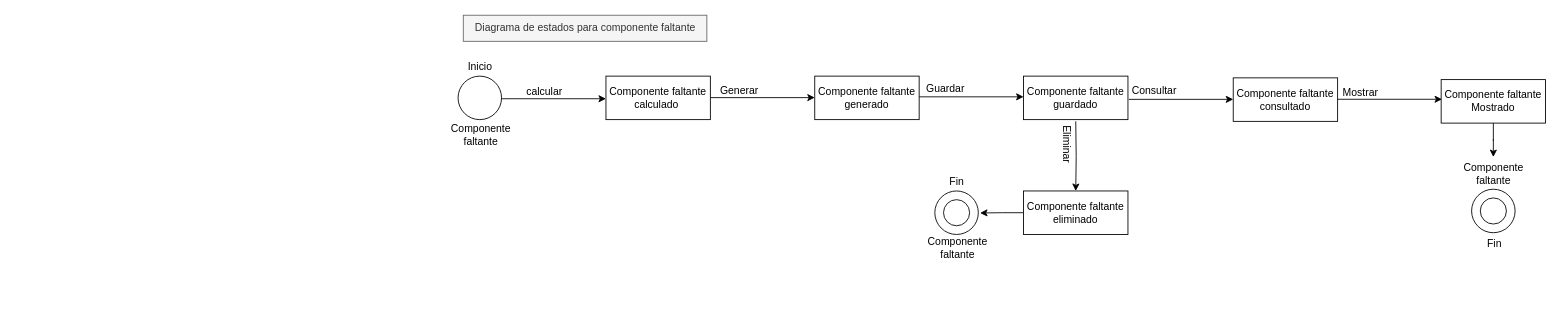
Above: proyecto de clase cropscan/Diagrama de estados.drawio in 1193090526alexander/IngenieriaDeSotwareII (draw.io), before the change. Source tidied: cells renumbered, new cells numbered last; positions are measured from the earlier drawing's top-left corner, leaving out a move shared by most shapes. Both pictures are drawn from the tidied source at 87%, with x=0, y=0 at pixel (441, 15).
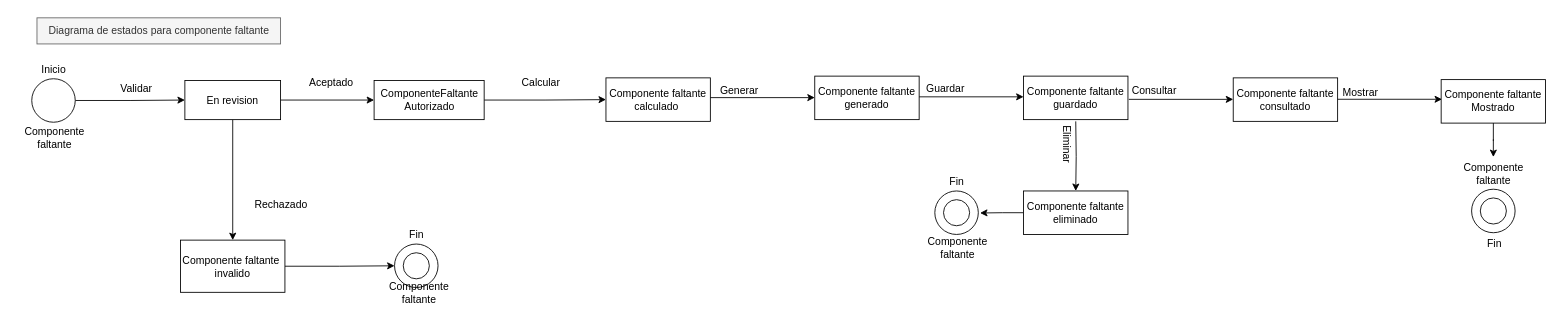
After the change.

Diff of the diagram source:
```diff
@@
+    <mxCell id="34" style="edgeStyle=orthogonalEdgeStyle;rounded=0;jettySize=auto;html=1;exitX=1;exitY=0.5;exitDx=0;exitDy=0;entryX=0;entryY=0.5;entryDx=0;entryDy=0;" parent="1" edge="1" source="2" target="37">
+      <mxGeometry relative="1" as="geometry" />
+    </mxCell>
     <mxCell id="2" style="ellipse;whiteSpace=wrap;html=1;" parent="1" vertex="1">
-      <mxGeometry x="19" y="70" width="50" height="50" as="geometry" />
+      <mxGeometry x="-471" y="73" width="50" height="50" as="geometry" />
     </mxCell>
     <mxCell id="3" value="Componente faltante calculado&amp;nbsp;" style="rounded=0;whiteSpace=wrap;html=1;" parent="1" vertex="1">
-      <mxGeometry x="189" y="70" width="120" height="50" as="geometry" />
+      <mxGeometry x="189" y="72" width="120" height="50" as="geometry" />
     </mxCell>
-    <mxCell id="4" style="endArrow=classic;html=1;rounded=0;" parent="1" edge="1">
-      <mxGeometry relative="1" as="geometry">
-        <mxPoint x="69" y="96" as="sourcePoint" />
-        <mxPoint x="189" y="96" as="targetPoint" />
-      </mxGeometry>
-    </mxCell>
-    <mxCell id="5" value="calcular" style="text;html=1;align=center;verticalAlign=middle;strokeColor=none;fillColor=none;" parent="1" vertex="1">
-      <mxGeometry x="88" y="73" width="60" height="30" as="geometry" />
-    </mxCell>
@@
     <mxCell id="26" value="Diagrama de estados para componente faltante" style="text;html=1;align=center;verticalAlign=middle;strokeColor=#666666;fillColor=#f5f5f5;fontColor=#333333;" parent="1" vertex="1">
-      <mxGeometry x="25" width="280" height="30" as="geometry" />
+      <mxGeometry x="-465" y="3" width="280" height="30" as="geometry" />
     </mxCell>
     <mxCell id="27" value="Inicio" style="text;html=1;align=center;verticalAlign=middle;strokeColor=none;fillColor=none;" parent="1" vertex="1">
-      <mxGeometry x="19" y="45" width="50" height="30" as="geometry" />
+      <mxGeometry x="-471" y="48" width="50" height="30" as="geometry" />
     </mxCell>
     <mxCell id="28" value="Componente&lt;br&gt;faltante" style="text;html=1;align=center;verticalAlign=middle;strokeColor=none;fillColor=none;" parent="1" vertex="1">
-      <mxGeometry y="118" width="90" height="40" as="geometry" />
+      <mxGeometry x="-490" y="121" width="90" height="40" as="geometry" />
     </mxCell>
@@
+    <mxCell id="35" style="edgeStyle=orthogonalEdgeStyle;rounded=0;jettySize=auto;html=1;exitX=0.5;exitY=1;exitDx=0;exitDy=0;entryX=0.5;entryY=0;entryDx=0;entryDy=0;" parent="1" edge="1" source="37" target="40">
+      <mxGeometry relative="1" as="geometry" />
+    </mxCell>
+    <mxCell id="36" style="edgeStyle=orthogonalEdgeStyle;rounded=0;jettySize=auto;html=1;exitX=1;exitY=0.5;exitDx=0;exitDy=0;entryX=0;entryY=0.5;entryDx=0;entryDy=0;" parent="1" edge="1" source="37" target="48">
+      <mxGeometry relative="1" as="geometry" />
+    </mxCell>
+    <mxCell id="37" value="En revision" style="whiteSpace=wrap;html=1;" parent="1" vertex="1">
+      <mxGeometry x="-295" y="75" width="110" height="45" as="geometry" />
+    </mxCell>
+    <mxCell id="38" value="Validar" style="text;html=1;align=center;verticalAlign=middle;strokeColor=none;fillColor=none;" parent="1" vertex="1">
+      <mxGeometry x="-381" y="70" width="60" height="30" as="geometry" />
+    </mxCell>
+    <mxCell id="39" style="edgeStyle=orthogonalEdgeStyle;rounded=0;jettySize=auto;html=1;exitX=1;exitY=0.5;exitDx=0;exitDy=0;entryX=0;entryY=0.5;entryDx=0;entryDy=0;" parent="1" edge="1" source="40" target="42">
+      <mxGeometry relative="1" as="geometry" />
+    </mxCell>
+    <mxCell id="40" value="Componente faltante&amp;nbsp;&lt;br&gt;invalido" style="whiteSpace=wrap;html=1;" parent="1" vertex="1">
+      <mxGeometry x="-300" y="258.5" width="120" height="60" as="geometry" />
+    </mxCell>
+    <mxCell id="41" value="Rechazado&amp;nbsp;" style="text;html=1;align=center;verticalAlign=middle;strokeColor=none;fillColor=none;" parent="1" vertex="1">
+      <mxGeometry x="-228" y="203" width="90" height="30" as="geometry" />
+    </mxCell>
+    <mxCell id="42" style="ellipse;whiteSpace=wrap;html=1;" parent="1" vertex="1">
+      <mxGeometry x="-54" y="263" width="50" height="50" as="geometry" />
+    </mxCell>
+    <mxCell id="43" style="ellipse;whiteSpace=wrap;html=1;" parent="1" vertex="1">
+      <mxGeometry x="-44" y="273" width="30" height="30" as="geometry" />
+    </mxCell>
+    <mxCell id="44" value="Componente&lt;br&gt;faltante" style="text;html=1;align=center;verticalAlign=middle;strokeColor=none;fillColor=none;" parent="1" vertex="1">
+      <mxGeometry x="-71" y="299" width="90" height="40" as="geometry" />
+    </mxCell>
+    <mxCell id="45" value="Fin" style="text;html=1;align=center;verticalAlign=middle;strokeColor=none;fillColor=none;" parent="1" vertex="1">
+      <mxGeometry x="-49" y="238" width="40" height="30" as="geometry" />
+    </mxCell>
+    <mxCell id="46" value="Aceptado" style="text;html=1;align=center;verticalAlign=middle;strokeColor=none;fillColor=none;" parent="1" vertex="1">
+      <mxGeometry x="-162" y="63" width="70" height="30" as="geometry" />
+    </mxCell>
+    <mxCell id="47" style="edgeStyle=orthogonalEdgeStyle;rounded=0;jettySize=auto;html=1;entryX=0;entryY=0.5;entryDx=0;entryDy=0;" parent="1" edge="1" source="48" target="3">
+      <mxGeometry relative="1" as="geometry" />
+    </mxCell>
+    <mxCell id="48" value="ComponenteFaltante&lt;br&gt;Autorizado" style="whiteSpace=wrap;html=1;" parent="1" vertex="1">
+      <mxGeometry x="-77.5" y="75" width="126.5" height="45" as="geometry" />
+    </mxCell>
+    <mxCell id="49" value="Calcular" style="text;html=1;align=center;verticalAlign=middle;strokeColor=none;fillColor=none;" parent="1" vertex="1">
+      <mxGeometry x="79" y="63" width="70" height="30" as="geometry" />
+    </mxCell>
```
